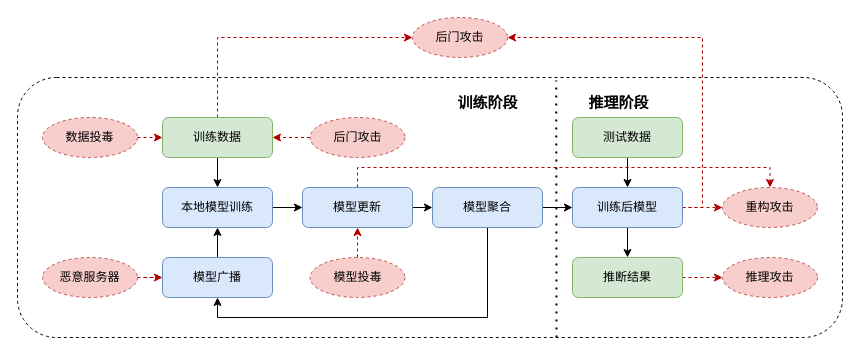
This is drawio/数据投毒.drawio from ShizhongP/dl-notes, a draw.io file, before an edit. Source tidied: cells renumbered, new cells numbered last; positions are measured from the earlier drawing's top-left corner, leaving out a move shared by most shapes. Both pictures are drawn from the tidied source at 100%, with x=0, y=0 at pixel (17, 17).
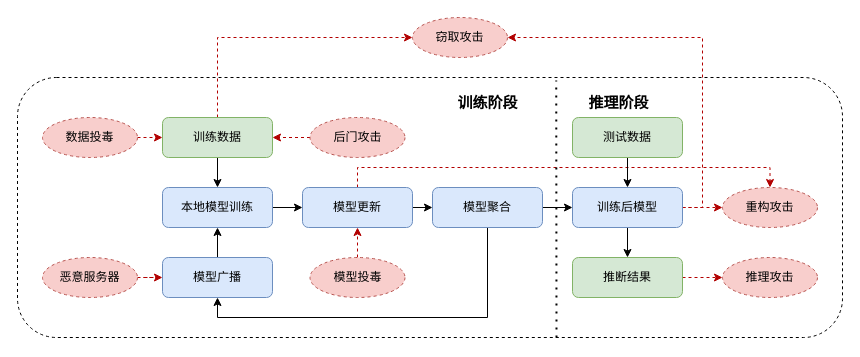
The same page after the edit.

Commit message:
更新数据投毒.drawio

The edit, as a diff of the source:
```diff
@@
-    <mxCell id="37" value="后门攻击" style="ellipse;whiteSpace=wrap;html=1;dashed=1;fillColor=#f8cecc;strokeColor=#b85450;" parent="1" vertex="1">
+    <mxCell id="37" value="窃取攻击" style="ellipse;whiteSpace=wrap;html=1;dashed=1;fillColor=#f8cecc;strokeColor=#b85450;" parent="1" vertex="1">
       <mxGeometry x="395" width="95" height="40" as="geometry" />
     </mxCell>
```
